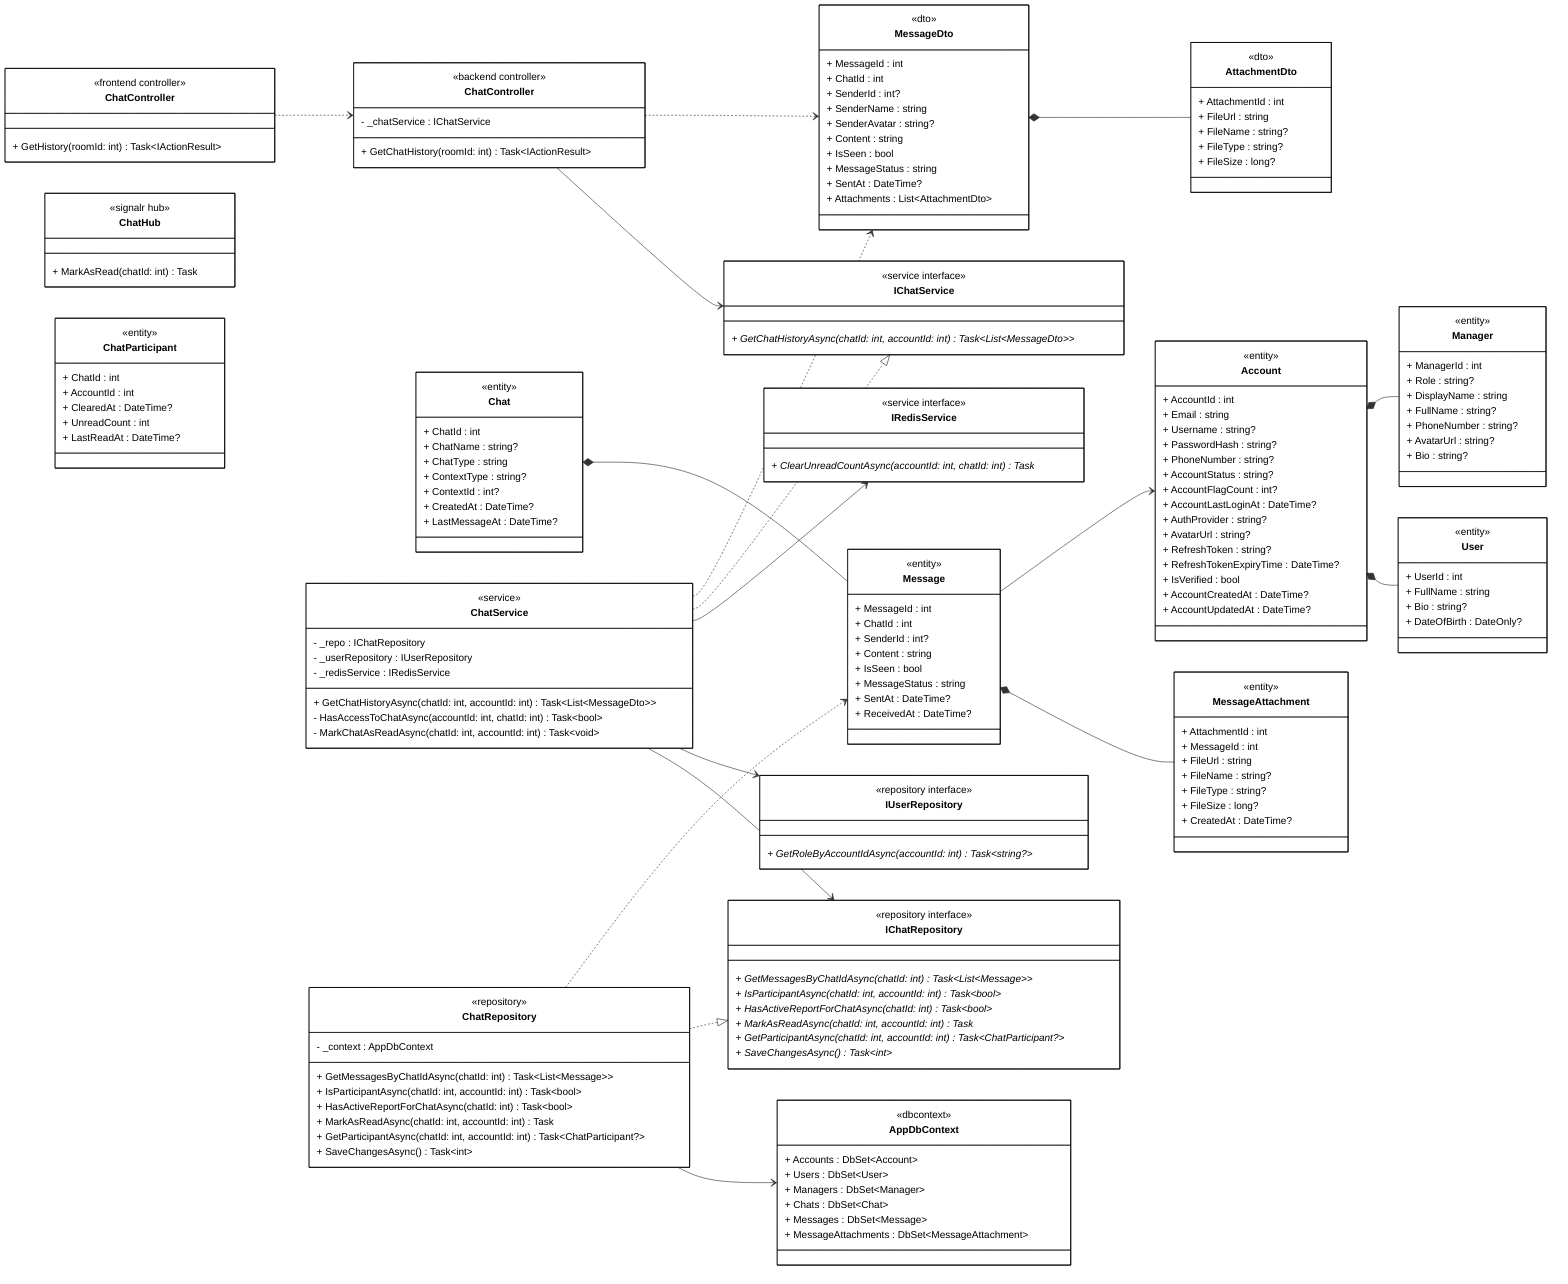
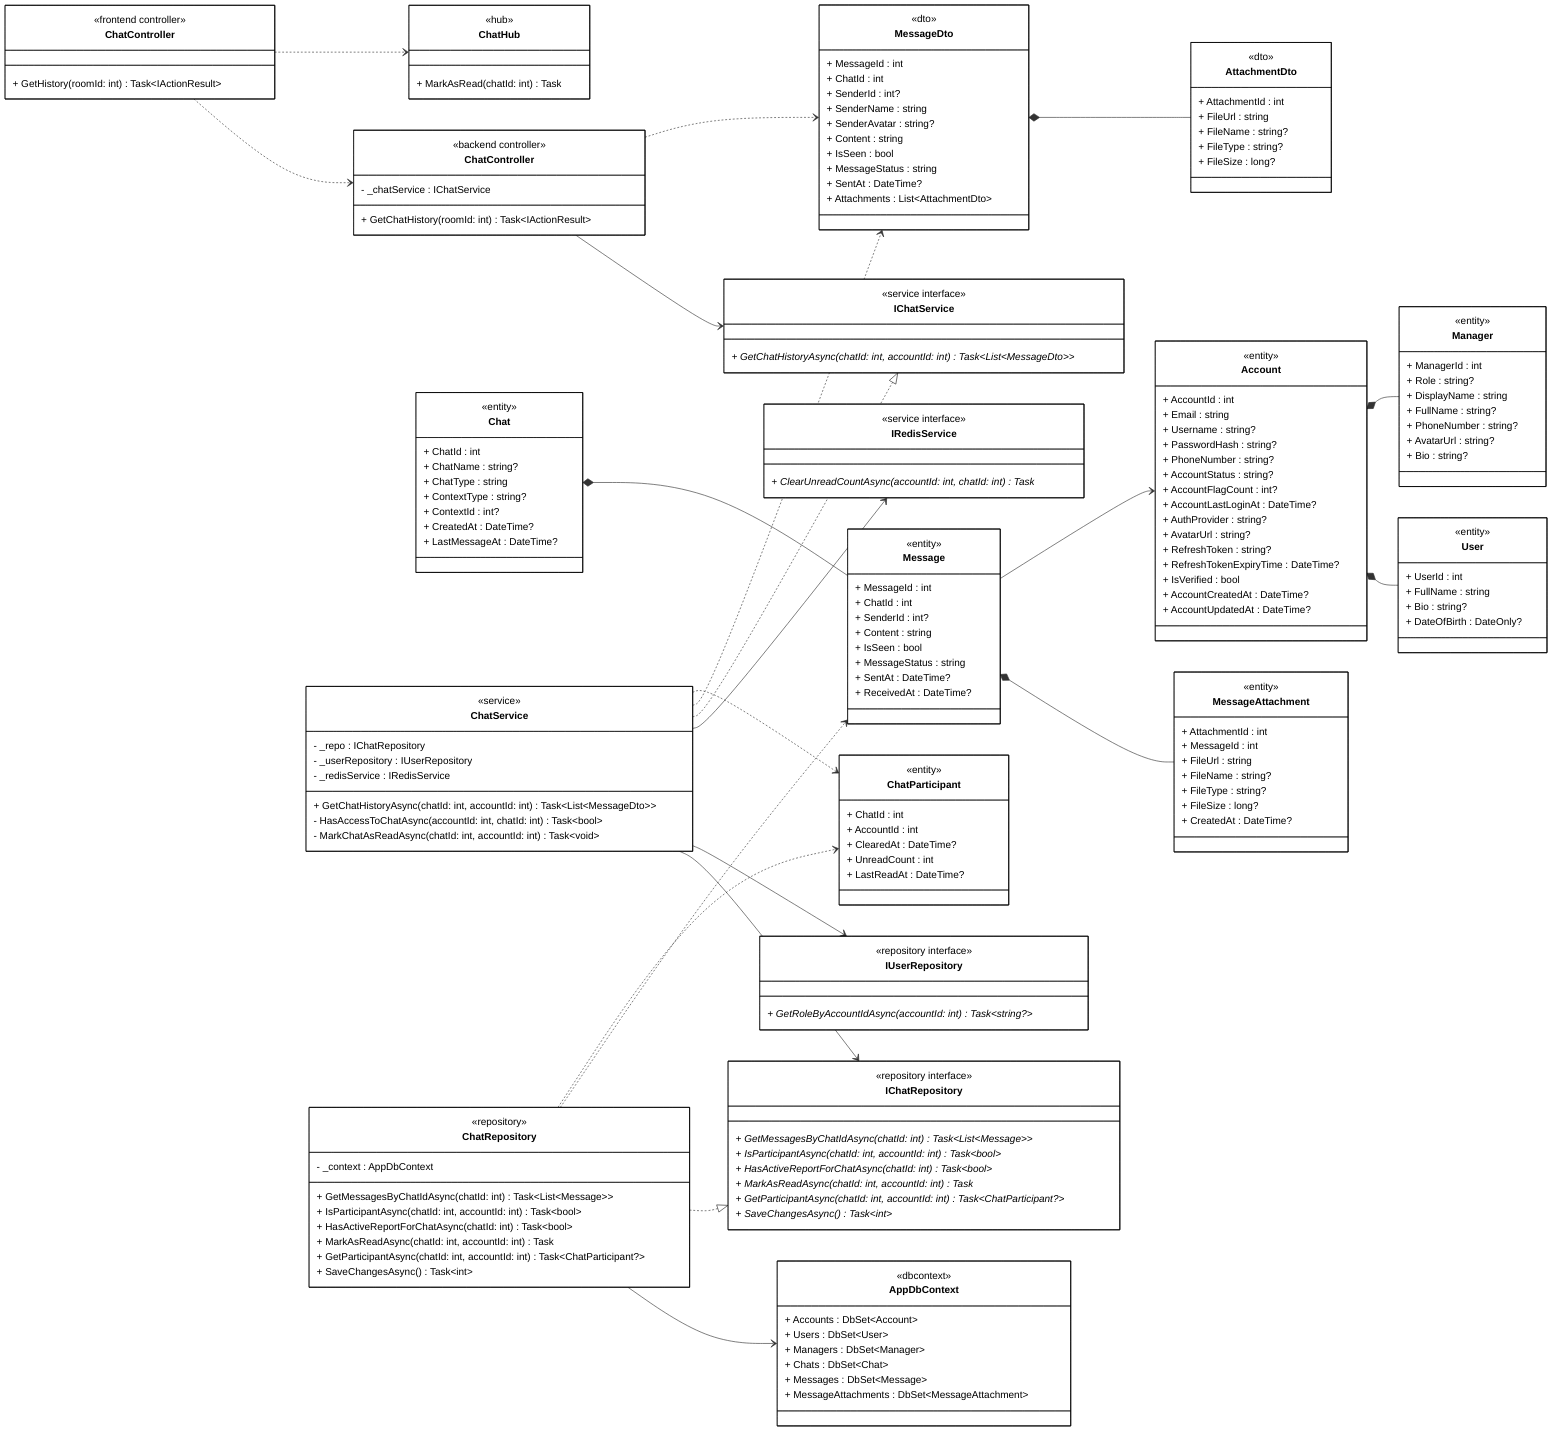
classDiagram
direction LR

%% ==================== FRONTEND ====================

class FrontendController["ChatController"] {
    <<frontend controller>>
    + GetHistory(roomId: int) Task~IActionResult~
}

%% ==================== BACKEND - HUB & CONTROLLERS ====================

class ChatHub {
-     <<signalr hub>>
+     <<hub>>
    + MarkAsRead(chatId: int) Task
}

class BackendController["ChatController"] {
    <<backend controller>>
    - _chatService : IChatService
    + GetChatHistory(roomId: int) Task~IActionResult~
}

%% ==================== BACKEND - DTOs ====================

class MessageDto {
    <<dto>>
    + MessageId : int
    + ChatId : int
    + SenderId : int?
    + SenderName : string
    + SenderAvatar : string?
    + Content : string
    + IsSeen : bool
    + MessageStatus : string
    + SentAt : DateTime?
    + Attachments : List~AttachmentDto~
}

class AttachmentDto {
    <<dto>>
    + AttachmentId : int
    + FileUrl : string
    + FileName : string?
    + FileType : string?
    + FileSize : long?
}

%% ==================== BACKEND - DOMAIN ENTITIES ====================

class Chat {
    <<entity>>
    + ChatId : int
    + ChatName : string?
    + ChatType : string
    + ContextType : string?
    + ContextId : int?
    + CreatedAt : DateTime?
    + LastMessageAt : DateTime?
}

class ChatParticipant {
    <<entity>>
    + ChatId : int
    + AccountId : int
    + ClearedAt : DateTime?
    + UnreadCount : int
    + LastReadAt : DateTime?
}

class Message {
    <<entity>>
    + MessageId : int
    + ChatId : int
    + SenderId : int?
    + Content : string
    + IsSeen : bool
    + MessageStatus : string
    + SentAt : DateTime?
    + ReceivedAt : DateTime?
}

class MessageAttachment {
    <<entity>>
    + AttachmentId : int
    + MessageId : int
    + FileUrl : string
    + FileName : string?
    + FileType : string?
    + FileSize : long?
    + CreatedAt : DateTime?
}

class Account {
    <<entity>>
    + AccountId : int
    + Email : string
    + Username : string?
    + PasswordHash : string?
    + PhoneNumber : string?
    + AccountStatus : string?
    + AccountFlagCount : int?
    + AccountLastLoginAt : DateTime?
    + AuthProvider : string?
    + AvatarUrl : string?
    + RefreshToken : string?
    + RefreshTokenExpiryTime : DateTime?
    + IsVerified : bool
    + AccountCreatedAt : DateTime?
    + AccountUpdatedAt : DateTime?
}

class User {
    <<entity>>
    + UserId : int
    + FullName : string
    + Bio : string?
    + DateOfBirth : DateOnly?
}

class Manager {
    <<entity>>
    + ManagerId : int
    + Role : string?
    + DisplayName : string
    + FullName : string?
    + PhoneNumber : string?
    + AvatarUrl : string?
    + Bio : string?
}

%% ==================== BACKEND - SERVICE INTERFACES ====================

class IChatService {
    <<service interface>>
    + GetChatHistoryAsync(chatId: int, accountId: int) Task~List~MessageDto~~ *
}

class IRedisService {
    <<service interface>>
    + ClearUnreadCountAsync(accountId: int, chatId: int) Task *
}

%% ==================== BACKEND - REPOSITORY INTERFACES ====================

class IChatRepository {
    <<repository interface>>
    + GetMessagesByChatIdAsync(chatId: int) Task~List~Message~~ *
    + IsParticipantAsync(chatId: int, accountId: int) Task~bool~ *
    + HasActiveReportForChatAsync(chatId: int) Task~bool~ *
    + MarkAsReadAsync(chatId: int, accountId: int) Task *
    + GetParticipantAsync(chatId: int, accountId: int) Task~ChatParticipant?~ *
    + SaveChangesAsync() Task~int~ *
}

class IUserRepository {
    <<repository interface>>
    + GetRoleByAccountIdAsync(accountId: int) Task~string?~ *
}

%% ==================== BACKEND - SERVICE IMPLEMENTATION ====================

class ChatService {
    <<service>>
    - _repo : IChatRepository
    - _userRepository : IUserRepository
    - _redisService : IRedisService
    + GetChatHistoryAsync(chatId: int, accountId: int) Task~List~MessageDto~~
    - HasAccessToChatAsync(accountId: int, chatId: int) Task~bool~
    - MarkChatAsReadAsync(chatId: int, accountId: int) Task~void~
}

%% ==================== BACKEND - REPOSITORY IMPLEMENTATION ====================

class ChatRepository {
    <<repository>>
    - _context : AppDbContext
    + GetMessagesByChatIdAsync(chatId: int) Task~List~Message~~
    + IsParticipantAsync(chatId: int, accountId: int) Task~bool~
    + HasActiveReportForChatAsync(chatId: int) Task~bool~
    + MarkAsReadAsync(chatId: int, accountId: int) Task
    + GetParticipantAsync(chatId: int, accountId: int) Task~ChatParticipant?~
    + SaveChangesAsync() Task~int~
}

%% ==================== BACKEND - DbContext ====================

class AppDbContext {
    <<dbcontext>>
    + Accounts : DbSet~Account~
    + Users : DbSet~User~
    + Managers : DbSet~Manager~
    + Chats : DbSet~Chat~
    + Messages : DbSet~Message~
    + MessageAttachments : DbSet~MessageAttachment~
}

%% ==================== RELATIONSHIPS ====================

%% === COMPOSITION (filled diamond) ===
Account *-- User
Account *-- Manager
Chat *-- Message
Message *-- MessageAttachment
MessageDto *-- AttachmentDto

%% === UNIDIRECTIONAL ASSOCIATION (solid arrow) ===
Message --> Account
BackendController --> IChatService
ChatService --> IChatRepository
ChatService --> IUserRepository
ChatService --> IRedisService
ChatRepository --> AppDbContext

%% === INTERFACE REALIZATION ===
ChatService ..|> IChatService
ChatRepository ..|> IChatRepository

%% === DEPENDENCY (dashed arrows) ===
FrontendController ..> BackendController
+ FrontendController ..> ChatHub
BackendController ..> MessageDto
ChatService ..> MessageDto
+ ChatService ..> ChatParticipant
ChatRepository ..> Message
+ ChatRepository ..> ChatParticipant

%% ==================== STYLES ====================

classDef default fill:#FFFFFF,stroke:#000000,stroke-width:1px,color:#000000
